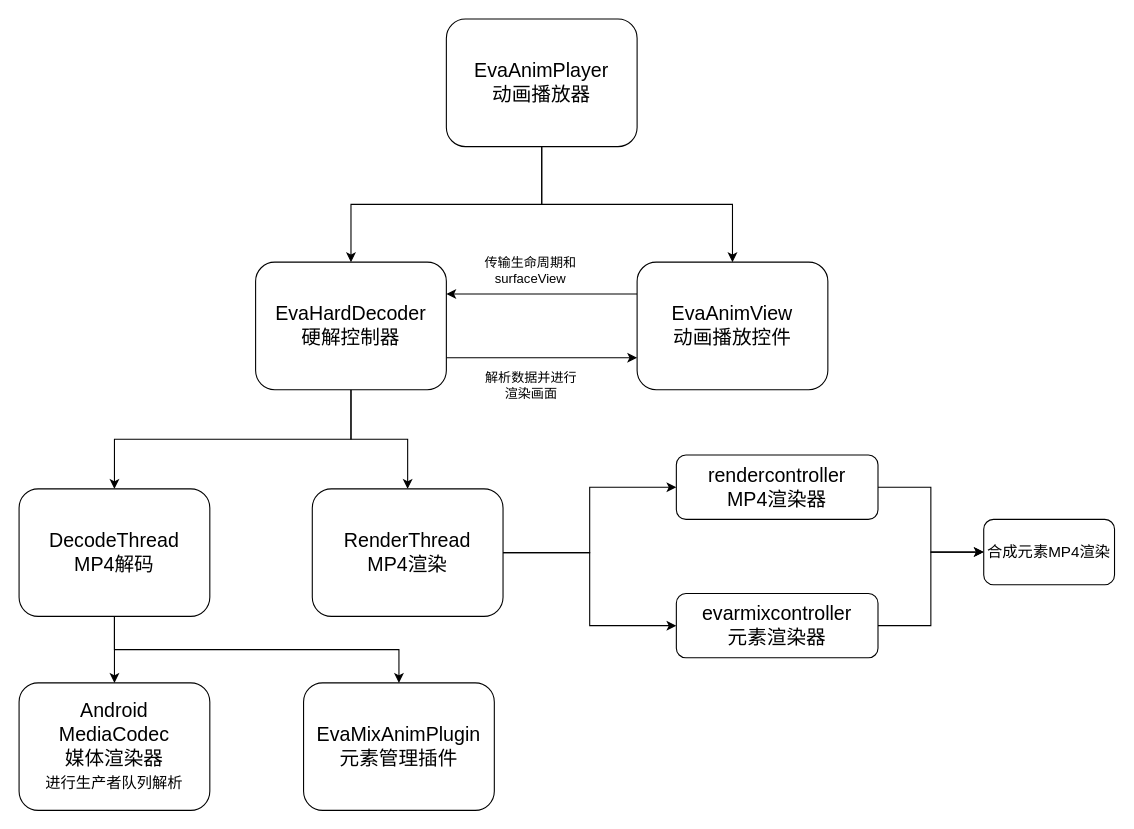
cangwang/news keeps this draw.io diagram as page "Page-2" (2 of 4) of YYEVA.drawio. Above is the earlier version. Source tidied: cells renumbered, new cells numbered last; positions are measured from the earlier drawing's top-left corner, leaving out a move shared by most shapes. Both pictures are drawn from the tidied source at 109%, with x=0, y=0 at pixel (19, 19).
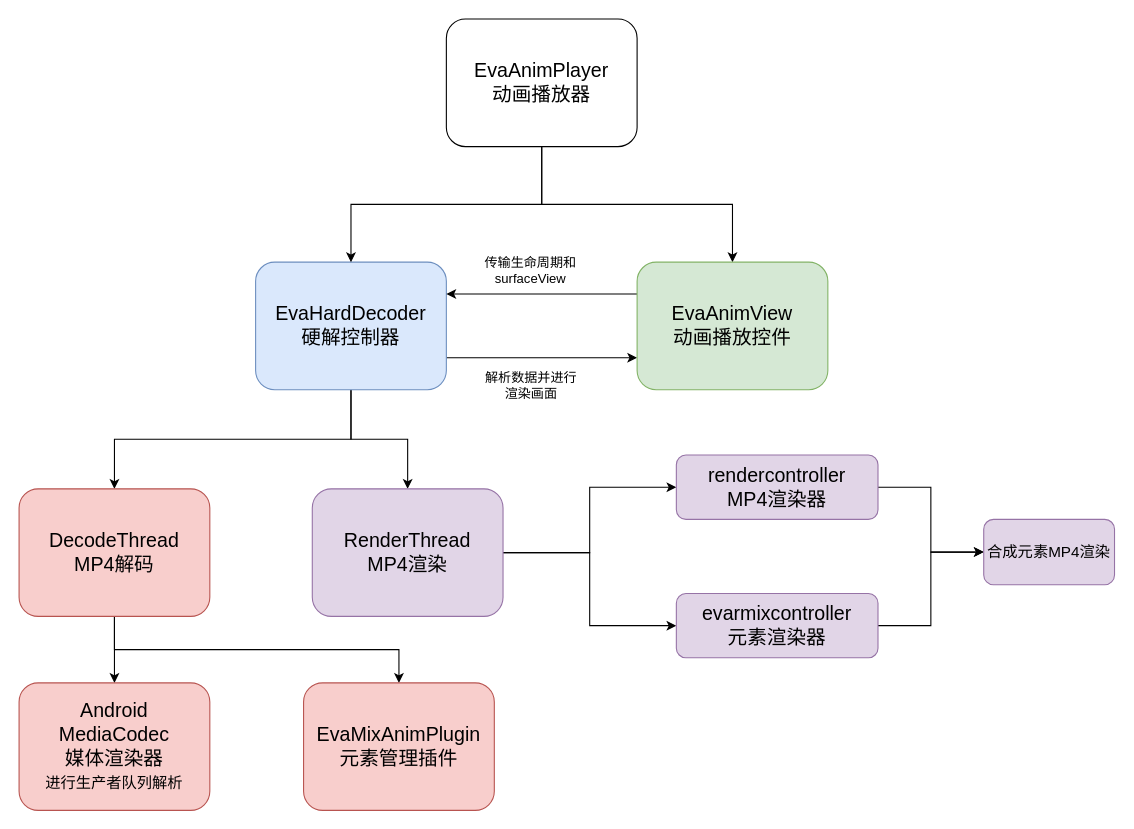
The same page after the edit.

What changed in the source:
```diff
@@
-    <mxCell id="5" value="EvaHardDecoder&lt;br&gt;硬解控制器" style="rounded=1;whiteSpace=wrap;html=1;fontSize=18;fillColor=default;" parent="1" vertex="1">
+    <mxCell id="5" value="EvaHardDecoder&lt;br&gt;硬解控制器" style="rounded=1;whiteSpace=wrap;html=1;fontSize=18;fillColor=#dae8fc;strokeColor=#6c8ebf;" parent="1" vertex="1">
       <mxGeometry x="217" y="223" width="175" height="117" as="geometry" />
     </mxCell>
@@
-    <mxCell id="10" value="EvaAnimView&lt;br&gt;动画播放控件" style="rounded=1;whiteSpace=wrap;html=1;fontSize=18;fillColor=default;" parent="1" vertex="1">
+    <mxCell id="10" value="EvaAnimView&lt;br&gt;动画播放控件" style="rounded=1;whiteSpace=wrap;html=1;fontSize=18;fillColor=#d5e8d4;strokeColor=#82b366;" parent="1" vertex="1">
       <mxGeometry x="567" y="223" width="175" height="117" as="geometry" />
     </mxCell>
@@
-    <mxCell id="15" value="DecodeThread&lt;br&gt;MP4解码" style="rounded=1;whiteSpace=wrap;html=1;fontSize=18;fillColor=default;" parent="1" vertex="1">
+    <mxCell id="15" value="DecodeThread&lt;br&gt;MP4解码" style="rounded=1;whiteSpace=wrap;html=1;fontSize=18;fillColor=#f8cecc;strokeColor=#b85450;" parent="1" vertex="1">
       <mxGeometry y="431" width="175" height="117" as="geometry" />
     </mxCell>
@@
-    <mxCell id="18" value="RenderThread&lt;br&gt;MP4渲染" style="rounded=1;whiteSpace=wrap;html=1;fontSize=18;fillColor=default;" parent="1" vertex="1">
+    <mxCell id="18" value="RenderThread&lt;br&gt;MP4渲染" style="rounded=1;whiteSpace=wrap;html=1;fontSize=18;fillColor=#e1d5e7;strokeColor=#9673a6;" parent="1" vertex="1">
       <mxGeometry x="269" y="431" width="175" height="117" as="geometry" />
     </mxCell>
@@
-    <mxCell id="20" value="rendercontroller&lt;br&gt;MP4渲染器" style="rounded=1;whiteSpace=wrap;html=1;fontSize=18;fillColor=default;" parent="1" vertex="1">
+    <mxCell id="20" value="rendercontroller&lt;br&gt;MP4渲染器" style="rounded=1;whiteSpace=wrap;html=1;fontSize=18;fillColor=#e1d5e7;strokeColor=#9673a6;" parent="1" vertex="1">
       <mxGeometry x="603" y="400" width="185" height="59" as="geometry" />
     </mxCell>
@@
-    <mxCell id="22" value="evarmixcontroller&lt;br&gt;元素渲染器" style="rounded=1;whiteSpace=wrap;html=1;fontSize=18;fillColor=default;" parent="1" vertex="1">
+    <mxCell id="22" value="evarmixcontroller&lt;br&gt;元素渲染器" style="rounded=1;whiteSpace=wrap;html=1;fontSize=18;fillColor=#e1d5e7;strokeColor=#9673a6;" parent="1" vertex="1">
       <mxGeometry x="603" y="527" width="185" height="59" as="geometry" />
     </mxCell>
-    <mxCell id="23" value="Android&lt;br&gt;MediaCodec&lt;br&gt;媒体渲染器&lt;br&gt;&lt;font style=&quot;font-size: 14px;&quot;&gt;进行生产者队列解析&lt;/font&gt;" style="rounded=1;whiteSpace=wrap;html=1;fontSize=18;fillColor=default;" parent="1" vertex="1">
+    <mxCell id="23" value="Android&lt;br&gt;MediaCodec&lt;br&gt;媒体渲染器&lt;br&gt;&lt;font style=&quot;font-size: 14px;&quot;&gt;进行生产者队列解析&lt;/font&gt;" style="rounded=1;whiteSpace=wrap;html=1;fontSize=18;fillColor=#f8cecc;strokeColor=#b85450;" parent="1" vertex="1">
       <mxGeometry y="609" width="175" height="117" as="geometry" />
     </mxCell>
-    <mxCell id="24" value="合成元素MP4渲染" style="rounded=1;whiteSpace=wrap;html=1;fontSize=14;fillColor=default;" parent="1" vertex="1">
+    <mxCell id="24" value="合成元素MP4渲染" style="rounded=1;whiteSpace=wrap;html=1;fontSize=14;fillColor=#e1d5e7;strokeColor=#9673a6;" parent="1" vertex="1">
       <mxGeometry x="885" y="459" width="120" height="60" as="geometry" />
     </mxCell>
-    <mxCell id="25" value="EvaMixAnimPlugin&lt;br&gt;元素管理插件" style="rounded=1;whiteSpace=wrap;html=1;fontSize=18;fillColor=default;" parent="1" vertex="1">
+    <mxCell id="25" value="EvaMixAnimPlugin&lt;br&gt;元素管理插件" style="rounded=1;whiteSpace=wrap;html=1;fontSize=18;fillColor=#f8cecc;strokeColor=#b85450;" parent="1" vertex="1">
       <mxGeometry x="261" y="609" width="175" height="117" as="geometry" />
     </mxCell>
```
